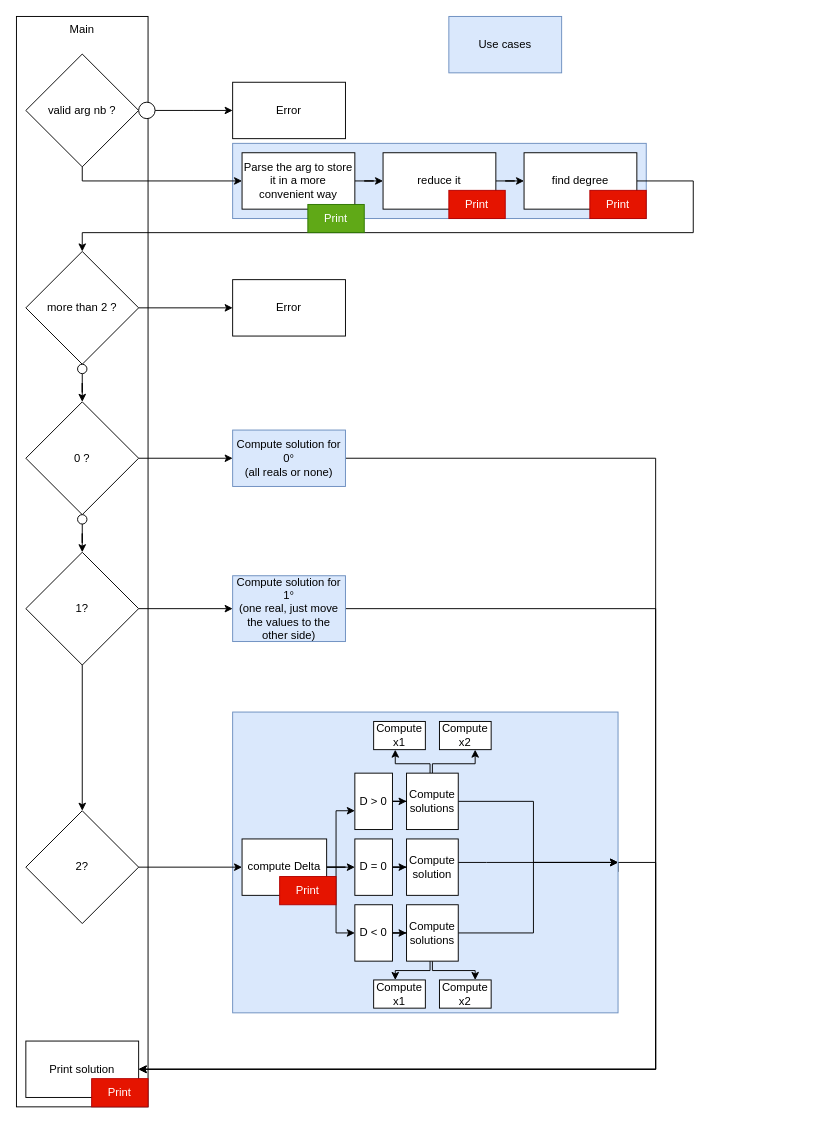
Before: docs/architecture.drawio in frdescam/computorv1, a draw.io diagram. Source tidied: cells renumbered, new cells numbered last; positions are measured from the earlier drawing's top-left corner, leaving out a move shared by most shapes. Both pictures are drawn from the tidied source at 94%, with x=0, y=0 at pixel (16, 16).
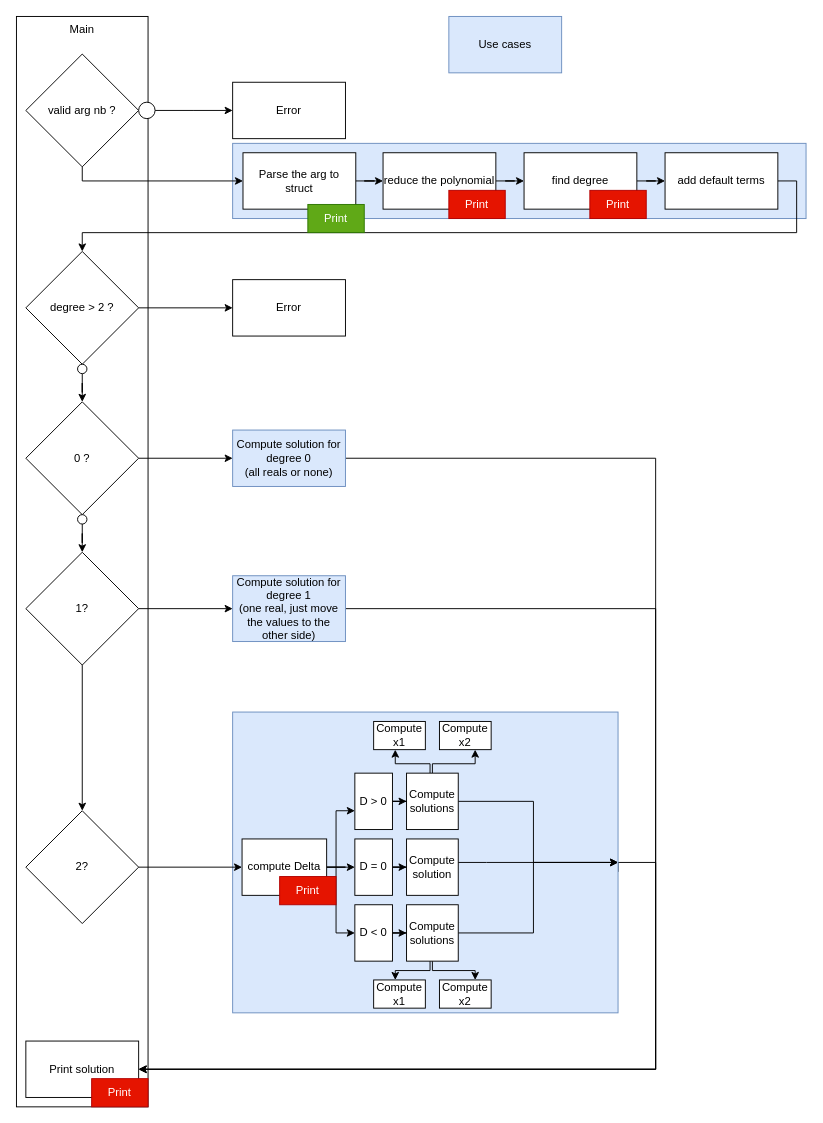
Above is the later version.

The change refers to these unchanged cells:
```xml
<mxCell id="9" value="find degree" style="whiteSpace=wrap;html=1;rounded=0;" parent="1" vertex="1">
  <mxGeometry x="540" y="145" width="120" height="60" as="geometry" />
</mxCell>
```

Change to the diagram source:
```diff
@@
     <mxCell id="2" style="rounded=0;whiteSpace=wrap;html=1;fillColor=#dae8fc;strokeColor=#6c8ebf;" parent="1" vertex="1">
-      <mxGeometry x="230" y="135" width="440" height="80" as="geometry" />
+      <mxGeometry x="230" y="135" width="610" height="80" as="geometry" />
     </mxCell>
@@
-    <mxCell id="5" value="Parse the arg to store it in a more convenient way" style="whiteSpace=wrap;html=1;rounded=0;" parent="1" vertex="1">
-      <mxGeometry x="240" y="145" width="120" height="60" as="geometry" />
+    <mxCell id="5" value="Parse the arg to struct" style="whiteSpace=wrap;html=1;rounded=0;" parent="1" vertex="1">
+      <mxGeometry x="241" y="145" width="120" height="60" as="geometry" />
     </mxCell>
@@
-    <mxCell id="7" value="reduce it" style="whiteSpace=wrap;html=1;rounded=0;" parent="1" vertex="1">
+    <mxCell id="7" value="reduce the polynomial" style="whiteSpace=wrap;html=1;rounded=0;" parent="1" vertex="1">
       <mxGeometry x="390" y="145" width="120" height="60" as="geometry" />
     </mxCell>
-    <mxCell id="8" style="edgeStyle=orthogonalEdgeStyle;rounded=0;jettySize=auto;html=1;entryX=0.5;entryY=0;entryDx=0;entryDy=0;" parent="1" edge="1" source="9" target="11">
+    <mxCell id="8" style="edgeStyle=orthogonalEdgeStyle;rounded=0;jettySize=auto;html=1;entryX=0.5;entryY=0;entryDx=0;entryDy=0;" parent="1" edge="1" source="67" target="11">
       <mxGeometry relative="1" as="geometry">
         <Array as="points">
-          <mxPoint x="720" y="175" />
-          <mxPoint x="720" y="230" />
+          <mxPoint x="830" y="175" />
+          <mxPoint x="830" y="230" />
           <mxPoint x="70" y="230" />
         </Array>
       </mxGeometry>
     </mxCell>
+    <mxCell id="66" style="edgeStyle=orthogonalEdgeStyle;rounded=0;jettySize=auto;html=1;" parent="1" edge="1" source="9" target="67">
+      <mxGeometry relative="1" as="geometry" />
+    </mxCell>
@@
-    <mxCell id="11" value="more than 2 ?" style="rhombus;whiteSpace=wrap;html=1;rounded=0;" parent="1" vertex="1">
+    <mxCell id="11" value="degree &amp;gt; 2 ?" style="rhombus;whiteSpace=wrap;html=1;rounded=0;" parent="1" vertex="1">
       <mxGeometry x="10" y="250" width="120" height="120" as="geometry" />
     </mxCell>
@@
-    <mxCell id="18" value="Compute solution for 0°&lt;br&gt;(all reals or none)" style="whiteSpace=wrap;html=1;fillColor=#dae8fc;strokeColor=#6c8ebf;" parent="1" vertex="1">
+    <mxCell id="18" value="Compute solution for degree 0&lt;br&gt;(all reals or none)" style="whiteSpace=wrap;html=1;fillColor=#dae8fc;strokeColor=#6c8ebf;" parent="1" vertex="1">
       <mxGeometry x="230" y="440" width="120" height="60" as="geometry" />
     </mxCell>
@@
-    <mxCell id="25" value="Compute solution for 1°&lt;br&gt;(one real, just move the values to the other side)" style="whiteSpace=wrap;html=1;fillColor=#dae8fc;strokeColor=#6c8ebf;" parent="1" vertex="1">
+    <mxCell id="25" value="Compute solution for degree 1&lt;br&gt;(one real, just move the values to the other side)" style="whiteSpace=wrap;html=1;fillColor=#dae8fc;strokeColor=#6c8ebf;" parent="1" vertex="1">
       <mxGeometry x="230" y="595" width="120" height="70" as="geometry" />
     </mxCell>
@@
+    <mxCell id="67" value="add default terms" style="whiteSpace=wrap;html=1;rounded=0;" parent="1" vertex="1">
+      <mxGeometry x="690" y="145" width="120" height="60" as="geometry" />
+    </mxCell>
```
